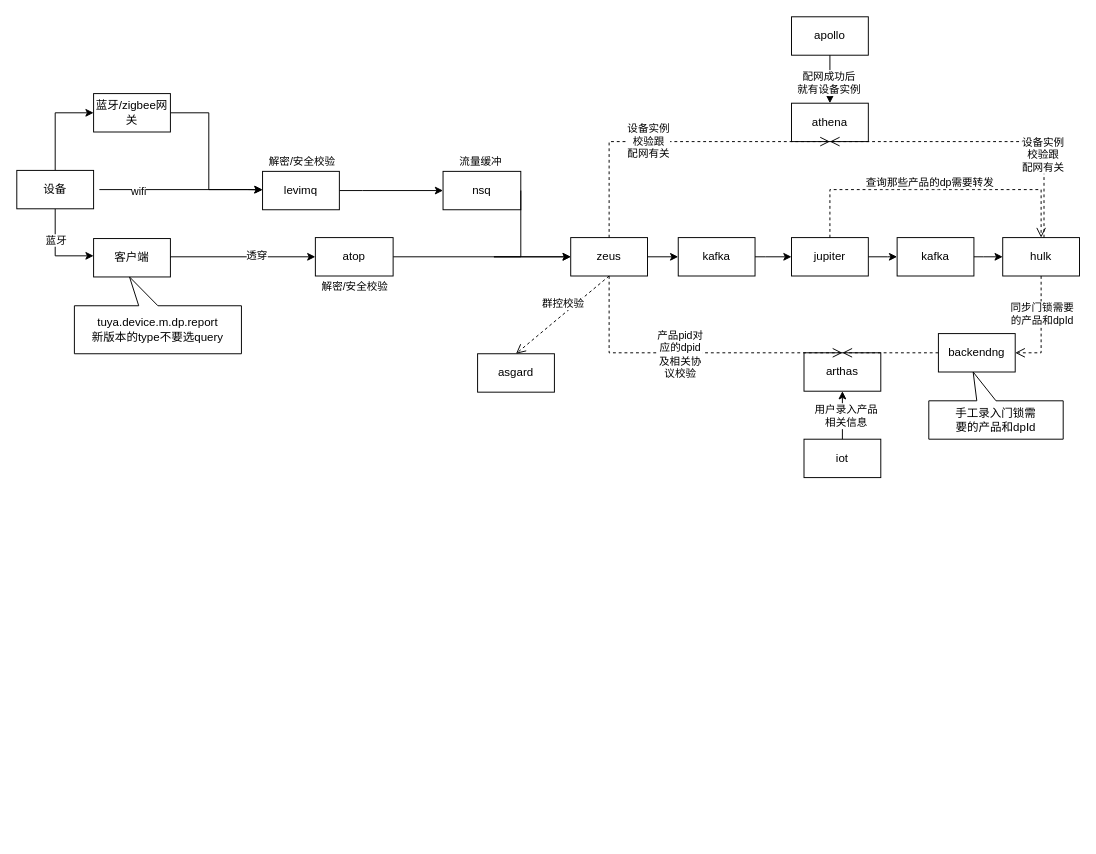
javacoderinhz/img keeps this draw.io diagram as Untitled Diagram.drawio. Above is the earlier version. Source tidied: cells renumbered, new cells numbered last; positions are measured from the earlier drawing's top-left corner, leaving out a move shared by most shapes. Both pictures are drawn from the tidied source at 96%, with x=0, y=0 at pixel (16, 16).
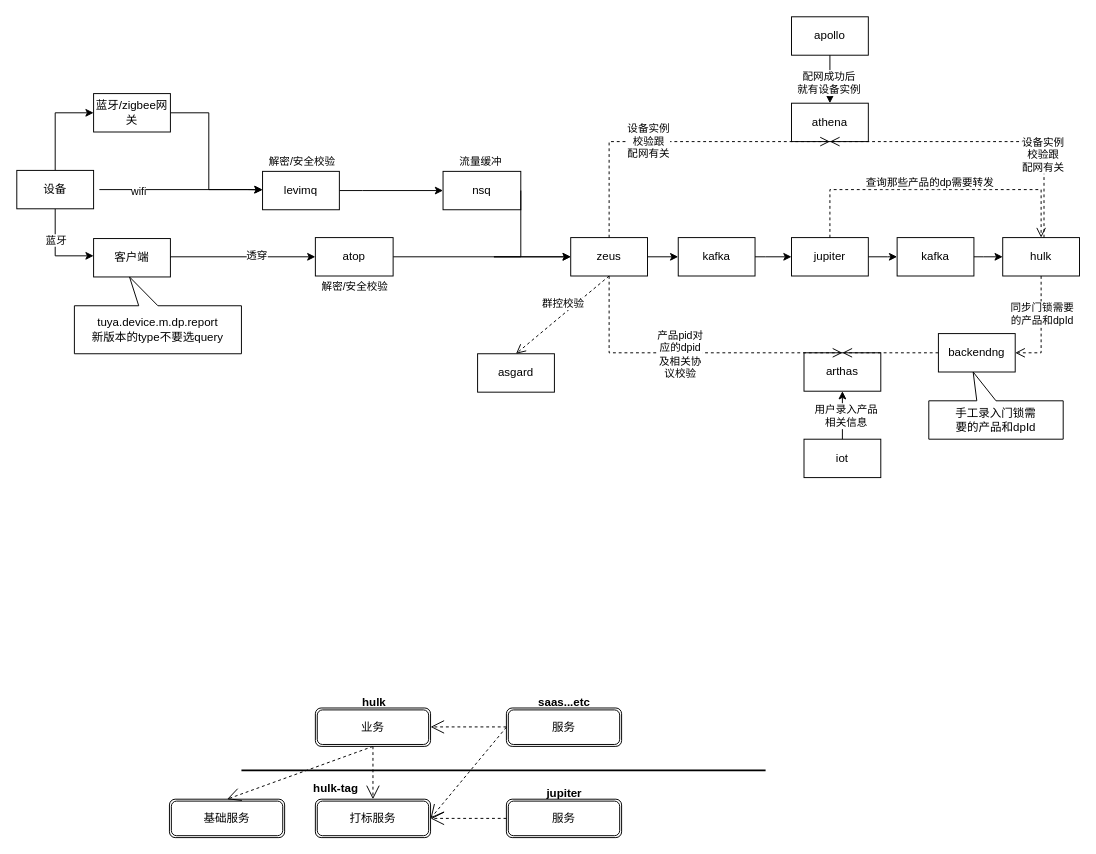
After the change.

Change to the diagram source:
```diff
@@
+    <mxCell id="54" style="line;strokeWidth=2;html=1;" parent="1" vertex="1">
+      <mxGeometry x="234" y="780" width="546" height="10" as="geometry" />
+    </mxCell>
+    <mxCell id="55" value="业务" style="shape=ext;double=1;rounded=1;whiteSpace=wrap;html=1;" parent="1" vertex="1">
+      <mxGeometry x="311" y="720" width="120" height="40" as="geometry" />
+    </mxCell>
+    <mxCell id="56" value="打标服务" style="shape=ext;double=1;rounded=1;whiteSpace=wrap;html=1;" parent="1" vertex="1">
+      <mxGeometry x="311" y="815" width="120" height="40" as="geometry" />
+    </mxCell>
+    <mxCell id="57" value="&lt;font style=&quot;font-size: 12px&quot;&gt;hulk-tag&lt;/font&gt;" style="text;strokeColor=none;fillColor=none;html=1;fontSize=24;fontStyle=1;verticalAlign=middle;align=center;" parent="1" vertex="1">
+      <mxGeometry x="312" y="790" width="40" height="20" as="geometry" />
+    </mxCell>
+    <mxCell id="58" value="服务" style="shape=ext;double=1;rounded=1;whiteSpace=wrap;html=1;" parent="1" vertex="1">
+      <mxGeometry x="510" y="815" width="120" height="40" as="geometry" />
+    </mxCell>
+    <mxCell id="59" value="&lt;font style=&quot;font-size: 12px&quot;&gt;jupiter&lt;/font&gt;" style="text;strokeColor=none;fillColor=none;html=1;fontSize=24;fontStyle=1;verticalAlign=middle;align=center;" parent="1" vertex="1">
+      <mxGeometry x="550" y="795" width="40" height="20" as="geometry" />
+    </mxCell>
+    <mxCell id="60" value="&lt;font style=&quot;font-size: 12px&quot;&gt;hulk&lt;/font&gt;" style="text;strokeColor=none;fillColor=none;html=1;fontSize=24;fontStyle=1;verticalAlign=middle;align=center;" parent="1" vertex="1">
+      <mxGeometry x="352" y="700" width="40" height="20" as="geometry" />
+    </mxCell>
+    <mxCell id="61" style="endArrow=open;endSize=12;dashed=1;html=1;rounded=0;fontSize=12;entryX=1;entryY=0.5;entryDx=0;entryDy=0;exitX=0;exitY=0.5;exitDx=0;exitDy=0;" parent="1" edge="1" source="58" target="56">
+      <mxGeometry relative="1" as="geometry" />
+    </mxCell>
+    <mxCell id="62" value="服务" style="shape=ext;double=1;rounded=1;whiteSpace=wrap;html=1;" parent="1" vertex="1">
+      <mxGeometry x="510" y="720" width="120" height="40" as="geometry" />
+    </mxCell>
+    <mxCell id="63" value="&lt;font style=&quot;font-size: 12px&quot;&gt;saas...etc&lt;/font&gt;" style="text;strokeColor=none;fillColor=none;html=1;fontSize=24;fontStyle=1;verticalAlign=middle;align=center;" parent="1" vertex="1">
+      <mxGeometry x="550" y="700" width="40" height="20" as="geometry" />
+    </mxCell>
+    <mxCell id="64" style="endArrow=open;endSize=12;dashed=1;html=1;rounded=0;fontSize=12;entryX=1;entryY=0.5;entryDx=0;entryDy=0;exitX=0;exitY=0.5;exitDx=0;exitDy=0;" parent="1" edge="1">
+      <mxGeometry relative="1" as="geometry">
+        <mxPoint x="510" y="739.7" as="sourcePoint" />
+        <mxPoint x="431" y="739.7" as="targetPoint" />
+      </mxGeometry>
+    </mxCell>
+    <mxCell id="65" style="endArrow=open;endSize=12;dashed=1;html=1;rounded=0;fontSize=12;entryX=1;entryY=0.5;entryDx=0;entryDy=0;exitX=0;exitY=0.5;exitDx=0;exitDy=0;" parent="1" edge="1" source="62" target="56">
+      <mxGeometry relative="1" as="geometry" />
+    </mxCell>
+    <mxCell id="66" value="基础服务" style="shape=ext;double=1;rounded=1;whiteSpace=wrap;html=1;" parent="1" vertex="1">
+      <mxGeometry x="159" y="815" width="120" height="40" as="geometry" />
+    </mxCell>
+    <mxCell id="67" style="endArrow=open;endSize=12;dashed=1;html=1;rounded=0;fontSize=12;entryX=0.5;entryY=0;entryDx=0;entryDy=0;exitX=0.5;exitY=1;exitDx=0;exitDy=0;" parent="1" edge="1" source="55" target="56">
+      <mxGeometry relative="1" as="geometry" />
+    </mxCell>
+    <mxCell id="68" style="endArrow=open;endSize=12;dashed=1;html=1;rounded=0;fontSize=12;entryX=0.5;entryY=0;entryDx=0;entryDy=0;exitX=0.5;exitY=1;exitDx=0;exitDy=0;" parent="1" edge="1" source="55" target="66">
+      <mxGeometry relative="1" as="geometry" />
+    </mxCell>
```
